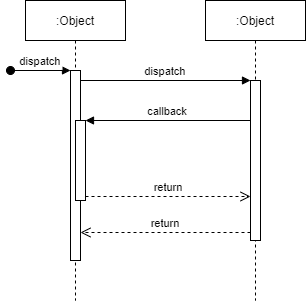
meuhle/AirportWCF keeps this draw.io diagram as Diagramma senza titolo.drawio.png. Above is the earlier version. Source tidied: cells renumbered, new cells last; positions are measured from the earlier drawing's top-left corner, leaving out a move shared by most shapes. Its diagram source:
```xml
<mxGraphModel>
  <root>
    <mxCell id="0" />
    <mxCell id="1" parent="0" />
    <mxCell id="2" value=":Object" style="shape=umlLifeline;perimeter=lifelinePerimeter;rounded=0;shadow=0;strokeWidth=1;" parent="1" vertex="1">
      <mxGeometry x="15" width="100" height="300" as="geometry" />
    </mxCell>
    <mxCell id="3" style="points=[];perimeter=orthogonalPerimeter;rounded=0;shadow=0;strokeWidth=1;" parent="2" vertex="1">
      <mxGeometry x="45" y="70" width="10" height="190" as="geometry" />
    </mxCell>
    <mxCell id="4" value="dispatch" style="verticalAlign=bottom;startArrow=oval;endArrow=block;startSize=8;shadow=0;strokeWidth=1;" parent="2" edge="1" target="3">
      <mxGeometry relative="1" as="geometry">
        <mxPoint x="-15" y="70" as="sourcePoint" />
      </mxGeometry>
    </mxCell>
    <mxCell id="5" style="points=[];perimeter=orthogonalPerimeter;rounded=0;shadow=0;strokeWidth=1;" parent="2" vertex="1">
      <mxGeometry x="50" y="120" width="10" height="80" as="geometry" />
    </mxCell>
    <mxCell id="6" value=":Object" style="shape=umlLifeline;perimeter=lifelinePerimeter;rounded=0;shadow=0;strokeWidth=1;" parent="1" vertex="1">
      <mxGeometry x="195" width="100" height="300" as="geometry" />
    </mxCell>
    <mxCell id="7" style="points=[];perimeter=orthogonalPerimeter;rounded=0;shadow=0;strokeWidth=1;" parent="6" vertex="1">
      <mxGeometry x="45" y="80" width="10" height="160" as="geometry" />
    </mxCell>
    <mxCell id="8" value="return" style="verticalAlign=bottom;endArrow=open;dashed=1;endSize=8;exitX=0;exitY=0.95;shadow=0;strokeWidth=1;" parent="1" edge="1" source="7" target="3">
      <mxGeometry relative="1" as="geometry" />
    </mxCell>
    <mxCell id="9" value="dispatch" style="verticalAlign=bottom;endArrow=block;entryX=0;entryY=0;shadow=0;strokeWidth=1;" parent="1" edge="1" source="3" target="7">
      <mxGeometry relative="1" as="geometry" />
    </mxCell>
    <mxCell id="10" value="callback" style="verticalAlign=bottom;endArrow=block;entryX=1;entryY=0;shadow=0;strokeWidth=1;" parent="1" edge="1" source="7" target="5">
      <mxGeometry relative="1" as="geometry" />
    </mxCell>
    <mxCell id="11" value="return" style="verticalAlign=bottom;endArrow=open;dashed=1;endSize=8;exitX=1;exitY=0.95;shadow=0;strokeWidth=1;" parent="1" edge="1" source="5" target="7">
      <mxGeometry relative="1" as="geometry" />
    </mxCell>
  </root>
</mxGraphModel>
```
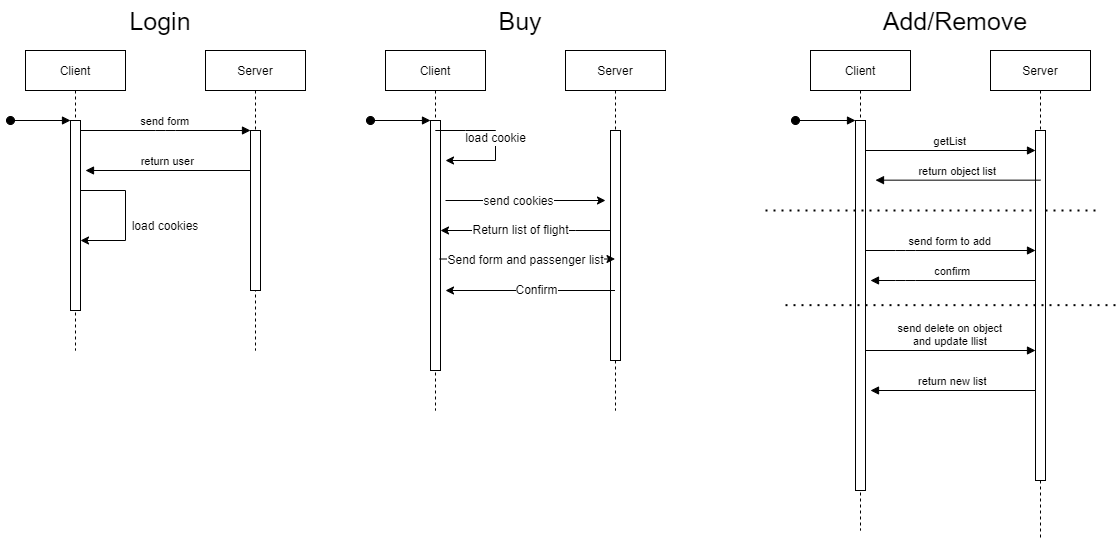
Above is the later version.

Change to the diagram source:
```diff
@@ -2,37 +2,192 @@
   <root>
     <mxCell id="0" />
     <mxCell id="1" parent="0" />
-    <mxCell id="2" value=":Object" style="shape=umlLifeline;perimeter=lifelinePerimeter;rounded=0;shadow=0;strokeWidth=1;" parent="1" vertex="1">
+    <mxCell id="2" value="Client" style="shape=umlLifeline;perimeter=lifelinePerimeter;rounded=0;shadow=0;strokeWidth=1;" parent="1" vertex="1">
       <mxGeometry x="15" width="100" height="300" as="geometry" />
     </mxCell>
     <mxCell id="3" style="points=[];perimeter=orthogonalPerimeter;rounded=0;shadow=0;strokeWidth=1;" parent="2" vertex="1">
       <mxGeometry x="45" y="70" width="10" height="190" as="geometry" />
     </mxCell>
-    <mxCell id="4" value="dispatch" style="verticalAlign=bottom;startArrow=oval;endArrow=block;startSize=8;shadow=0;strokeWidth=1;" parent="2" edge="1" target="3">
+    <mxCell id="4" style="verticalAlign=bottom;startArrow=oval;endArrow=block;startSize=8;shadow=0;strokeWidth=1;" parent="2" edge="1" target="3">
       <mxGeometry relative="1" as="geometry">
         <mxPoint x="-15" y="70" as="sourcePoint" />
       </mxGeometry>
     </mxCell>
-    <mxCell id="5" style="points=[];perimeter=orthogonalPerimeter;rounded=0;shadow=0;strokeWidth=1;" parent="2" vertex="1">
-      <mxGeometry x="50" y="120" width="10" height="80" as="geometry" />
-    </mxCell>
+    <mxCell id="12" style="edgeStyle=orthogonalEdgeStyle;rounded=0;orthogonalLoop=1;jettySize=auto;html=1;fontSize=25;" parent="2" edge="1" source="3" target="3">
+      <mxGeometry relative="1" as="geometry">
+        <Array as="points">
+          <mxPoint x="100" y="140" />
+        </Array>
+      </mxGeometry>
+    </mxCell>
-    <mxCell id="6" value=":Object" style="shape=umlLifeline;perimeter=lifelinePerimeter;rounded=0;shadow=0;strokeWidth=1;" parent="1" vertex="1">
+    <mxCell id="6" value="Server" style="shape=umlLifeline;perimeter=lifelinePerimeter;rounded=0;shadow=0;strokeWidth=1;" parent="1" vertex="1">
       <mxGeometry x="195" width="100" height="300" as="geometry" />
     </mxCell>
     <mxCell id="7" style="points=[];perimeter=orthogonalPerimeter;rounded=0;shadow=0;strokeWidth=1;" parent="6" vertex="1">
       <mxGeometry x="45" y="80" width="10" height="160" as="geometry" />
     </mxCell>
-    <mxCell id="8" value="return" style="verticalAlign=bottom;endArrow=open;dashed=1;endSize=8;exitX=0;exitY=0.95;shadow=0;strokeWidth=1;" parent="1" edge="1" source="7" target="3">
-      <mxGeometry relative="1" as="geometry" />
-    </mxCell>
-    <mxCell id="9" value="dispatch" style="verticalAlign=bottom;endArrow=block;entryX=0;entryY=0;shadow=0;strokeWidth=1;" parent="1" edge="1" source="3" target="7">
-      <mxGeometry relative="1" as="geometry" />
+    <mxCell id="9" value="send form" style="verticalAlign=bottom;endArrow=block;entryX=0;entryY=0;shadow=0;strokeWidth=1;" parent="1" edge="1" source="3" target="7">
+      <mxGeometry relative="1" as="geometry">
+        <Array as="points">
+          <mxPoint x="155" y="80" />
+        </Array>
+      </mxGeometry>
     </mxCell>
-    <mxCell id="10" value="callback" style="verticalAlign=bottom;endArrow=block;entryX=1;entryY=0;shadow=0;strokeWidth=1;" parent="1" edge="1" source="7" target="5">
-      <mxGeometry relative="1" as="geometry" />
+    <mxCell id="10" value="return user" style="verticalAlign=bottom;endArrow=block;entryX=1;entryY=0;shadow=0;strokeWidth=1;" parent="1" edge="1" source="7">
+      <mxGeometry relative="1" as="geometry">
+        <mxPoint x="75" y="120" as="targetPoint" />
+      </mxGeometry>
     </mxCell>
-    <mxCell id="11" value="return" style="verticalAlign=bottom;endArrow=open;dashed=1;endSize=8;exitX=1;exitY=0.95;shadow=0;strokeWidth=1;" parent="1" edge="1" source="5" target="7">
-      <mxGeometry relative="1" as="geometry" />
-    </mxCell>
+    <mxCell id="13" value="Client" style="shape=umlLifeline;perimeter=lifelinePerimeter;rounded=0;shadow=0;strokeWidth=1;" parent="1" vertex="1">
+      <mxGeometry x="375" width="100" height="360" as="geometry" />
+    </mxCell>
+    <mxCell id="14" style="points=[];perimeter=orthogonalPerimeter;rounded=0;shadow=0;strokeWidth=1;" parent="13" vertex="1">
+      <mxGeometry x="45" y="70" width="10" height="250" as="geometry" />
+    </mxCell>
+    <mxCell id="15" style="verticalAlign=bottom;startArrow=oval;endArrow=block;startSize=8;shadow=0;strokeWidth=1;" parent="13" edge="1" target="14">
+      <mxGeometry relative="1" as="geometry">
+        <mxPoint x="-15" y="70" as="sourcePoint" />
+      </mxGeometry>
+    </mxCell>
+    <mxCell id="16" style="endArrow=classic;html=1;rounded=0;fontSize=12;" parent="13" edge="1" source="13">
+      <mxGeometry relative="1" as="geometry">
+        <mxPoint x="60" y="110" as="targetPoint" />
+        <Array as="points">
+          <mxPoint x="80" y="80" />
+          <mxPoint x="110" y="80" />
+          <mxPoint x="110" y="110" />
+        </Array>
+      </mxGeometry>
+    </mxCell>
+    <mxCell id="17" value="load cookie&lt;br&gt;" style="edgeLabel;html=1;align=center;verticalAlign=middle;fontSize=12;" parent="16" vertex="1">
+      <mxGeometry x="-0.03" relative="1" as="geometry" />
+    </mxCell>
+    <mxCell id="18" value="Server" style="shape=umlLifeline;perimeter=lifelinePerimeter;rounded=0;shadow=0;strokeWidth=1;" parent="1" vertex="1">
+      <mxGeometry x="555" width="100" height="360" as="geometry" />
+    </mxCell>
+    <mxCell id="19" style="points=[];perimeter=orthogonalPerimeter;rounded=0;shadow=0;strokeWidth=1;" parent="18" vertex="1">
+      <mxGeometry x="45" y="80" width="10" height="230" as="geometry" />
+    </mxCell>
+    <mxCell id="20" value="&lt;font style=&quot;font-size: 25px;&quot;&gt;Login&lt;/font&gt;" style="text;html=1;strokeColor=none;fillColor=none;align=center;verticalAlign=middle;whiteSpace=wrap;rounded=0;" parent="1" vertex="1">
+      <mxGeometry x="105" y="-50" width="90" height="40" as="geometry" />
+    </mxCell>
+    <mxCell id="21" value="&lt;font style=&quot;font-size: 25px;&quot;&gt;Buy&lt;/font&gt;" style="text;html=1;strokeColor=none;fillColor=none;align=center;verticalAlign=middle;whiteSpace=wrap;rounded=0;" parent="1" vertex="1">
+      <mxGeometry x="465" y="-50" width="90" height="40" as="geometry" />
+    </mxCell>
+    <mxCell id="22" value="&lt;font style=&quot;font-size: 25px;&quot;&gt;Add/Remove&lt;/font&gt;" style="text;html=1;strokeColor=none;fillColor=none;align=center;verticalAlign=middle;whiteSpace=wrap;rounded=0;" parent="1" vertex="1">
+      <mxGeometry x="900" y="-50" width="90" height="40" as="geometry" />
+    </mxCell>
+    <mxCell id="23" value="Client" style="shape=umlLifeline;perimeter=lifelinePerimeter;rounded=0;shadow=0;strokeWidth=1;" parent="1" vertex="1">
+      <mxGeometry x="800" width="100" height="480" as="geometry" />
+    </mxCell>
+    <mxCell id="24" style="points=[];perimeter=orthogonalPerimeter;rounded=0;shadow=0;strokeWidth=1;" parent="23" vertex="1">
+      <mxGeometry x="45" y="70" width="10" height="370" as="geometry" />
+    </mxCell>
+    <mxCell id="25" style="verticalAlign=bottom;startArrow=oval;endArrow=block;startSize=8;shadow=0;strokeWidth=1;" parent="23" edge="1" target="24">
+      <mxGeometry relative="1" as="geometry">
+        <mxPoint x="-15" y="70" as="sourcePoint" />
+      </mxGeometry>
+    </mxCell>
+    <mxCell id="26" value="send delete on object &#10;and update llist" style="verticalAlign=bottom;endArrow=block;entryX=0;entryY=0;shadow=0;strokeWidth=1;" parent="23" edge="1">
+      <mxGeometry relative="1" as="geometry">
+        <mxPoint x="55" y="300" as="sourcePoint" />
+        <mxPoint x="225" y="300" as="targetPoint" />
+      </mxGeometry>
+    </mxCell>
+    <mxCell id="27" value="return new list" style="verticalAlign=bottom;endArrow=block;entryX=1;entryY=0;shadow=0;strokeWidth=1;" parent="23" edge="1">
+      <mxGeometry relative="1" as="geometry">
+        <mxPoint x="225" y="340" as="sourcePoint" />
+        <mxPoint x="60" y="340" as="targetPoint" />
+      </mxGeometry>
+    </mxCell>
+    <mxCell id="28" value="confirm" style="verticalAlign=bottom;endArrow=block;entryX=1;entryY=0;shadow=0;strokeWidth=1;" parent="23" edge="1">
+      <mxGeometry relative="1" as="geometry">
+        <mxPoint x="225" y="230" as="sourcePoint" />
+        <mxPoint x="60" y="230" as="targetPoint" />
+        <Array as="points">
+          <mxPoint x="95" y="230" />
+        </Array>
+      </mxGeometry>
+    </mxCell>
+    <mxCell id="29" value="send form to add" style="verticalAlign=bottom;endArrow=block;entryX=0;entryY=0;shadow=0;strokeWidth=1;" parent="23" edge="1">
+      <mxGeometry relative="1" as="geometry">
+        <mxPoint x="55" y="200" as="sourcePoint" />
+        <mxPoint x="225" y="200" as="targetPoint" />
+        <Array as="points">
+          <mxPoint x="95" y="200" />
+        </Array>
+      </mxGeometry>
+    </mxCell>
+    <mxCell id="30" style="endArrow=none;dashed=1;html=1;dashPattern=1 3;strokeWidth=2;rounded=0;fontSize=12;" parent="23" edge="1">
+      <mxGeometry relative="1" as="geometry">
+        <mxPoint x="-45" y="160" as="sourcePoint" />
+        <mxPoint x="285" y="160" as="targetPoint" />
+      </mxGeometry>
+    </mxCell>
+    <mxCell id="31" value="Server" style="shape=umlLifeline;perimeter=lifelinePerimeter;rounded=0;shadow=0;strokeWidth=1;" parent="1" vertex="1">
+      <mxGeometry x="980" width="100" height="490" as="geometry" />
+    </mxCell>
+    <mxCell id="32" style="perimeter=orthogonalPerimeter;rounded=0;shadow=0;strokeWidth=1;" parent="31" vertex="1">
+      <mxGeometry x="45" y="80" width="10" height="350" as="geometry" />
+    </mxCell>
+    <mxCell id="33" value="return object list" style="verticalAlign=bottom;endArrow=block;entryX=1;entryY=0;shadow=0;strokeWidth=1;fontStyle=0;" parent="31" edge="1">
+      <mxGeometry relative="1" as="geometry">
+        <mxPoint x="50" y="129.7" as="sourcePoint" />
+        <mxPoint x="-115" y="129.7" as="targetPoint" />
+      </mxGeometry>
+    </mxCell>
+    <mxCell id="34" value="getList" style="verticalAlign=bottom;endArrow=block;entryX=0;entryY=0;shadow=0;strokeWidth=1;fontStyle=0;" parent="31" edge="1">
+      <mxGeometry relative="1" as="geometry">
+        <mxPoint x="-125" y="100" as="sourcePoint" />
+        <mxPoint x="45" y="100" as="targetPoint" />
+      </mxGeometry>
+    </mxCell>
+    <mxCell id="35" style="endArrow=none;dashed=1;html=1;dashPattern=1 3;strokeWidth=2;rounded=0;fontSize=12;" parent="31" edge="1">
+      <mxGeometry relative="1" as="geometry">
+        <mxPoint x="-205" y="254.7" as="sourcePoint" />
+        <mxPoint x="125" y="254.7" as="targetPoint" />
+      </mxGeometry>
+    </mxCell>
+    <mxCell id="36" value="&lt;font style=&quot;font-size: 12px;&quot;&gt;load cookies&lt;/font&gt;" style="text;html=1;strokeColor=none;fillColor=none;align=center;verticalAlign=middle;whiteSpace=wrap;rounded=0;fontSize=25;" parent="1" vertex="1">
+      <mxGeometry x="115" y="160" width="80" height="20" as="geometry" />
+    </mxCell>
+    <mxCell id="37" style="edgeStyle=orthogonalEdgeStyle;rounded=0;orthogonalLoop=1;jettySize=auto;html=1;fontSize=12;" parent="1" edge="1">
+      <mxGeometry relative="1" as="geometry">
+        <mxPoint x="435" y="150" as="sourcePoint" />
+        <mxPoint x="595" y="150" as="targetPoint" />
+      </mxGeometry>
+    </mxCell>
+    <mxCell id="38" value="send cookies" style="edgeLabel;html=1;align=center;verticalAlign=middle;fontSize=12;" parent="37" vertex="1">
+      <mxGeometry x="-0.09" y="-1" relative="1" as="geometry" />
+    </mxCell>
+    <mxCell id="39" style="edgeStyle=orthogonalEdgeStyle;rounded=0;jettySize=auto;html=1;fontSize=12;" parent="1" edge="1" source="19" target="14">
+      <mxGeometry relative="1" as="geometry">
+        <Array as="points">
+          <mxPoint x="565" y="180" />
+          <mxPoint x="565" y="180" />
+        </Array>
+      </mxGeometry>
+    </mxCell>
+    <mxCell id="40" value="Return list of flight" style="edgeLabel;html=1;align=center;verticalAlign=middle;fontSize=12;" parent="39" vertex="1">
+      <mxGeometry x="0.32" relative="1" as="geometry">
+        <mxPoint x="22" as="offset" />
+      </mxGeometry>
+    </mxCell>
+    <mxCell id="41" style="endArrow=classic;html=1;rounded=0;fontSize=12;exitX=0.914;exitY=0.554;exitDx=0;exitDy=0;exitPerimeter=0;" parent="1" edge="1" source="14" target="18">
+      <mxGeometry relative="1" as="geometry" />
+    </mxCell>
+    <mxCell id="42" value="Send form and passenger list" style="edgeLabel;html=1;align=center;verticalAlign=middle;fontSize=12;" parent="41" vertex="1">
+      <mxGeometry x="-0.25" y="-1" relative="1" as="geometry">
+        <mxPoint x="20" as="offset" />
+      </mxGeometry>
+    </mxCell>
+    <mxCell id="43" style="endArrow=classic;html=1;rounded=0;fontSize=12;entryX=1.5;entryY=0.68;entryDx=0;entryDy=0;entryPerimeter=0;" parent="1" edge="1" source="18" target="14">
+      <mxGeometry relative="1" as="geometry" />
+    </mxCell>
+    <mxCell id="44" value="Confirm" style="edgeLabel;html=1;align=center;verticalAlign=middle;fontSize=12;" parent="43" vertex="1">
+      <mxGeometry x="0.6" y="2" relative="1" as="geometry">
+        <mxPoint x="56" y="-2" as="offset" />
+      </mxGeometry>
+    </mxCell>
   </root>
 </mxGraphModel>
```
